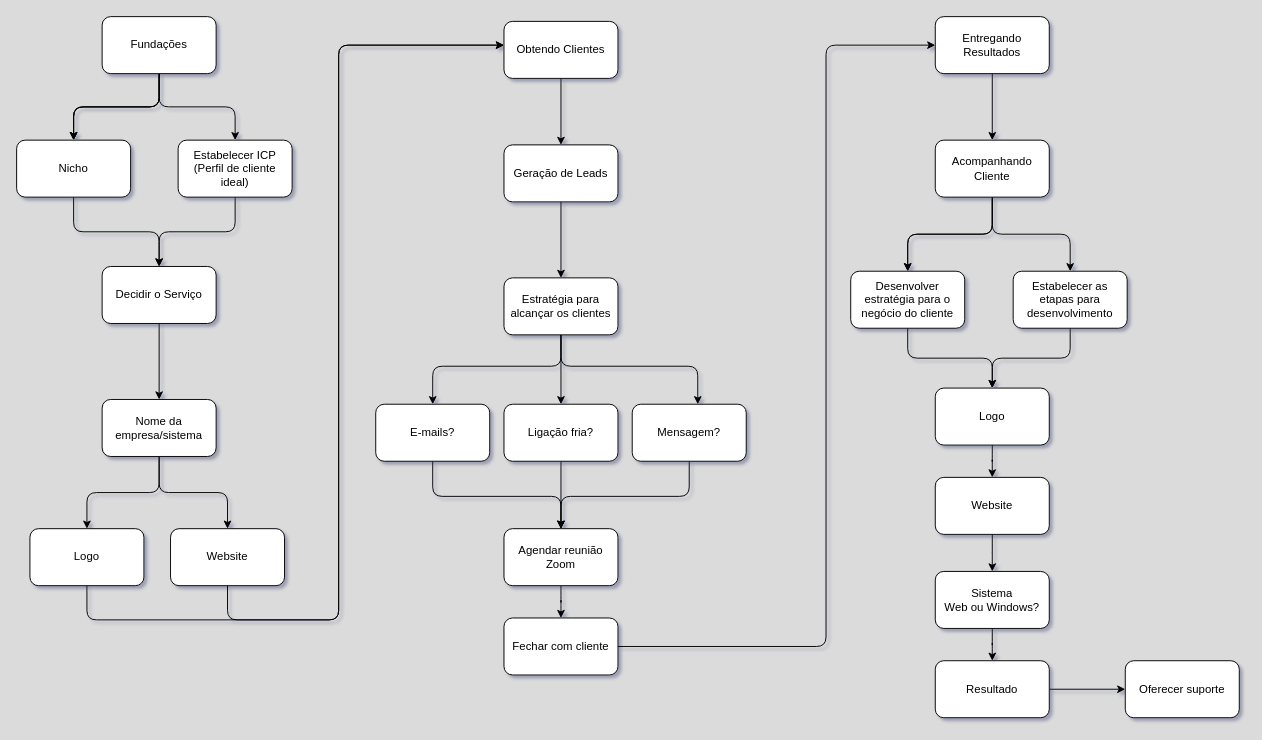
Before: Untitled Diagram.drawio in LucasMoreira1/Projeto-29-OLucasMoreira, a draw.io diagram. Source tidied: cells renumbered, new cells numbered last; positions are measured from the earlier drawing's top-left corner, leaving out a move shared by most shapes. Both pictures are drawn from the tidied source at 95%, with x=0, y=0 at pixel (16, 16).
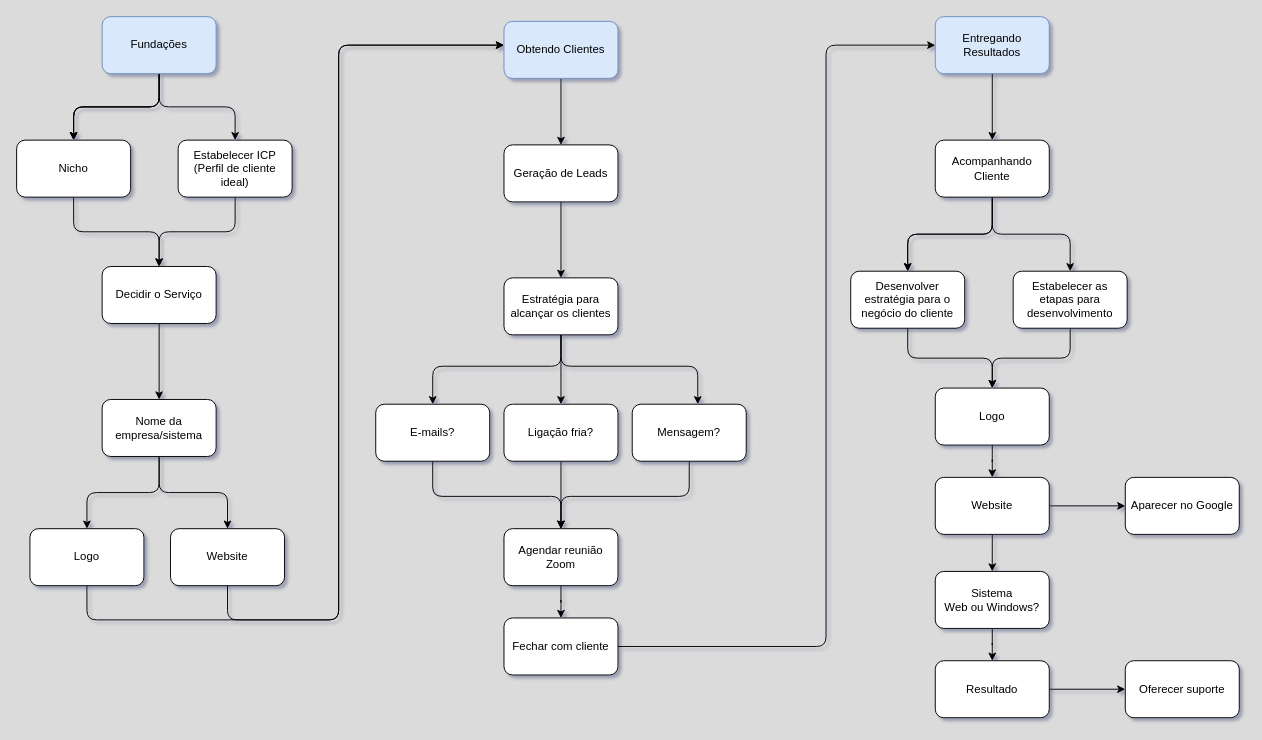
The same diagram, later.

The change refers to these unchanged cells:
```xml
<mxCell id="51" value="Website" style="whiteSpace=wrap;html=1;rounded=1;" parent="1" vertex="1">
  <mxGeometry x="967" y="485" width="120" height="60" as="geometry" />
</mxCell>
```

The edit, as a diff of the source:
```diff
@@
-    <mxCell id="6" value="Fundações" style="rounded=1;whiteSpace=wrap;html=1;" parent="1" vertex="1">
+    <mxCell id="6" value="Fundações" style="rounded=1;whiteSpace=wrap;html=1;fillColor=#dae8fc;strokeColor=#6c8ebf;" parent="1" vertex="1">
       <mxGeometry x="90" width="120" height="60" as="geometry" />
     </mxCell>
@@
-    <mxCell id="8" value="Nicho" style="whiteSpace=wrap;html=1;rounded=1;" parent="1" vertex="1">
+    <mxCell id="8" value="Nicho" style="whiteSpace=wrap;html=1;rounded=1;labelBorderColor=none;labelBackgroundColor=none;" parent="1" vertex="1">
       <mxGeometry y="130" width="120" height="60" as="geometry" />
     </mxCell>
@@
-    <mxCell id="12" value="Obtendo Clientes" style="rounded=1;whiteSpace=wrap;html=1;" parent="1" vertex="1">
+    <mxCell id="12" value="Obtendo Clientes" style="rounded=1;whiteSpace=wrap;html=1;fillColor=#dae8fc;strokeColor=#6c8ebf;" parent="1" vertex="1">
       <mxGeometry x="513" y="5" width="120" height="60" as="geometry" />
     </mxCell>
@@
-    <mxCell id="16" value="Entregando Resultados" style="rounded=1;whiteSpace=wrap;html=1;" parent="1" vertex="1">
+    <mxCell id="16" value="Entregando Resultados" style="rounded=1;whiteSpace=wrap;html=1;fillColor=#dae8fc;strokeColor=#6c8ebf;" parent="1" vertex="1">
       <mxGeometry x="967" width="120" height="60" as="geometry" />
     </mxCell>
@@
+    <mxCell id="57" style="edgeStyle=orthogonalEdgeStyle;rounded=0;jettySize=auto;html=1;" parent="1" edge="1" source="51" target="58">
+      <mxGeometry relative="1" as="geometry" />
+    </mxCell>
@@
+    <mxCell id="58" value="Aparecer no Google" style="whiteSpace=wrap;html=1;rounded=1;" parent="1" vertex="1">
+      <mxGeometry x="1167" y="485" width="120" height="60" as="geometry" />
+    </mxCell>
```
